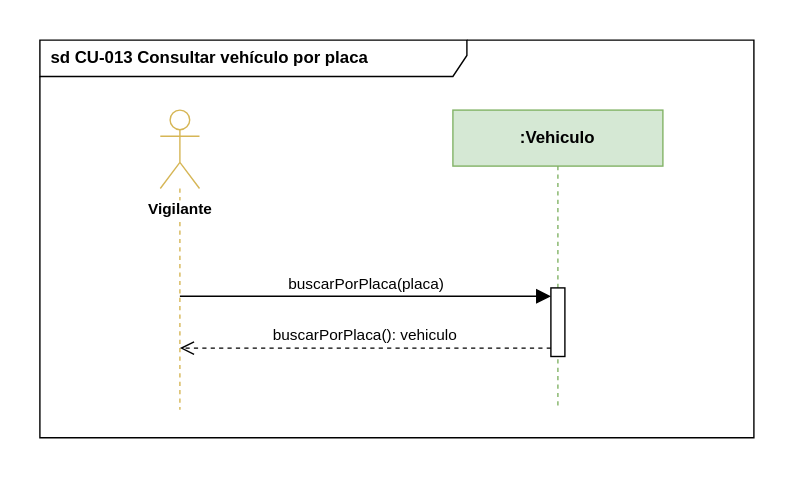
Earlier version of the draw.io export docs/diagramas/Secuencia/cu-013-consultar-vehiculo-por-placa.svg (yor1008/propiedad-horizontal-back-end). Source tidied: cells renumbered, new cells last; positions are measured from the earlier drawing's top-left corner, leaving out a move shared by most shapes.
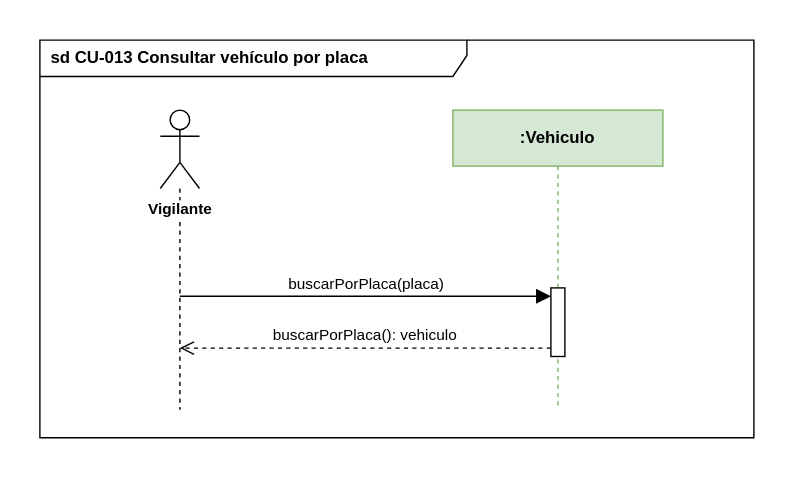
The same diagram one commit later.

Diff of the diagram source:
```diff
@@ -5,7 +5,7 @@
     <mxCell id="2" value="sd CU-013 Consultar vehículo por placa" style="shape=umlFrame;whiteSpace=wrap;html=1;fillColor=#ffffff;strokeColor=#000000;fontStyle=1;fontSize=12;align=left;spacingLeft=6;width=305;height=26;" parent="1" vertex="1">
       <mxGeometry width="510" height="284" as="geometry" />
     </mxCell>
-    <mxCell id="3" value="Vigilante" style="shape=umlLifeline;participant=umlActor;perimeter=lifelinePerimeter;whiteSpace=nowrap;html=1;outlineConnect=0;portConstraint=eastwest;size=56;verticalAlign=top;spacingTop=58;labelBackgroundColor=#ffffff;fontStyle=1;fontSize=11;fillColor=#ffffff;strokeColor=#d6b656;" parent="1" vertex="1">
+    <mxCell id="3" value="Vigilante" style="shape=umlLifeline;participant=umlActor;perimeter=lifelinePerimeter;whiteSpace=nowrap;html=1;outlineConnect=0;portConstraint=eastwest;size=56;verticalAlign=top;spacingTop=58;labelBackgroundColor=#ffffff;fontStyle=1;fontSize=11;fillColor=#ffffff;strokeColor=#000000;" parent="1" vertex="1">
       <mxGeometry x="86" y="50" width="28" height="214" as="geometry" />
     </mxCell>
     <mxCell id="4" value=":Vehiculo" style="shape=umlLifeline;perimeter=lifelinePerimeter;whiteSpace=wrap;html=1;size=40;fillColor=#d5e8d4;strokeColor=#82b366;fontStyle=1;fontSize=12;" parent="1" vertex="1">
```
